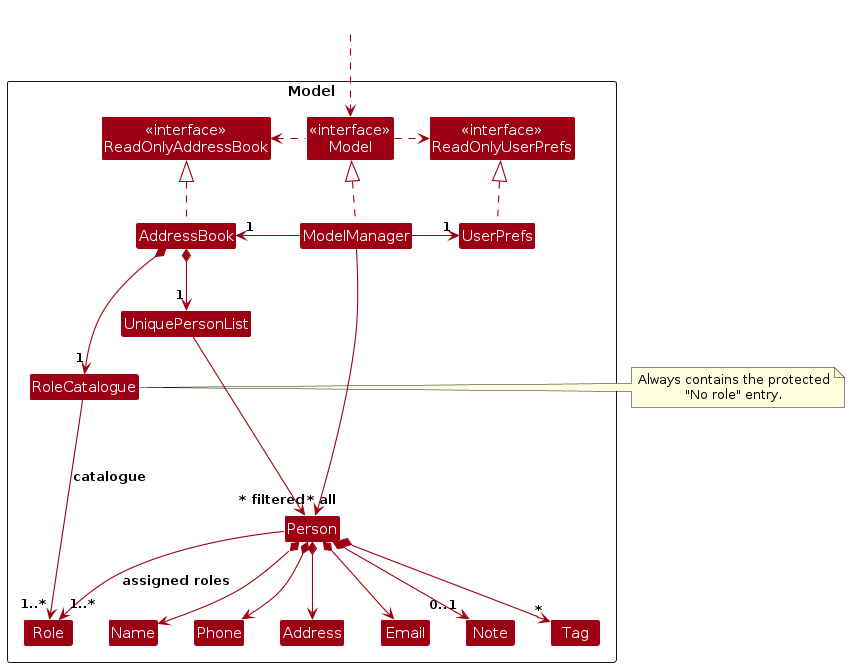
Above: diagrams/ModelClassDiagram.png in AY2627S1-CS2103-F10-1/tp (PlantUML), before the change. Its source is kept beside it as diagrams/ModelClassDiagram.puml.
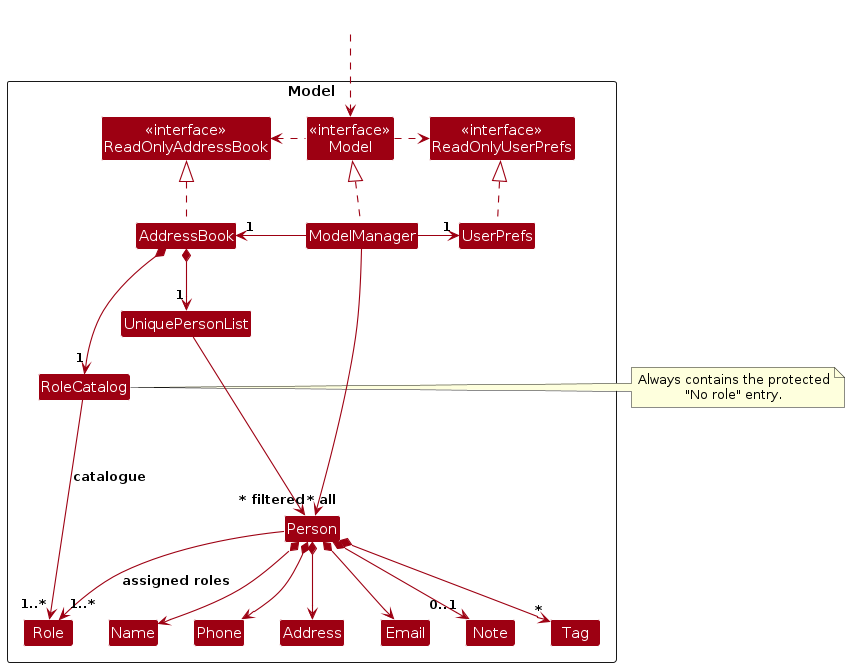
The same file after the commit.

Change to the diagram source:
```diff
@@ -20,7 +20,7 @@
 Class Phone
 Class Note
 Class Tag
-Class RoleCatalogue
+Class RoleCatalog
 Class Role
 
 Class I #FFFFFF
@@ -38,9 +38,9 @@
 ModelManager -right-> "1" UserPrefs
 UserPrefs .up.|> ReadOnlyUserPrefs
 
-AddressBook *--> "1" RoleCatalogue
-RoleCatalogue --> "1..*" Role : catalogue
-note right of RoleCatalogue
+AddressBook *--> "1" RoleCatalog
+RoleCatalog --> "1..*" Role : catalogue
+note right of RoleCatalog
   Always contains the protected
   "No role" entry.
 end note
```
